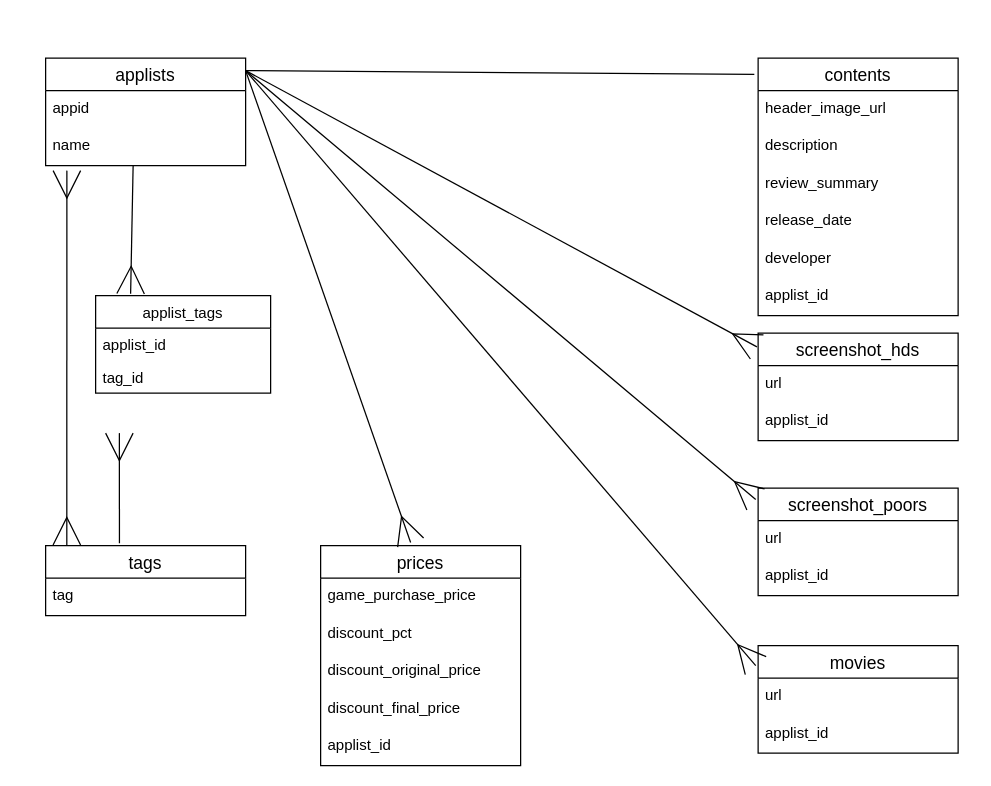
Before: steam-app.dio in kzk00001/steam-app, a draw.io diagram. Source tidied: cells renumbered, new cells numbered last; positions are measured from the earlier drawing's top-left corner, leaving out a move shared by most shapes. Both pictures are drawn from the tidied source at 125%, with x=0, y=0 at pixel (45, 58).
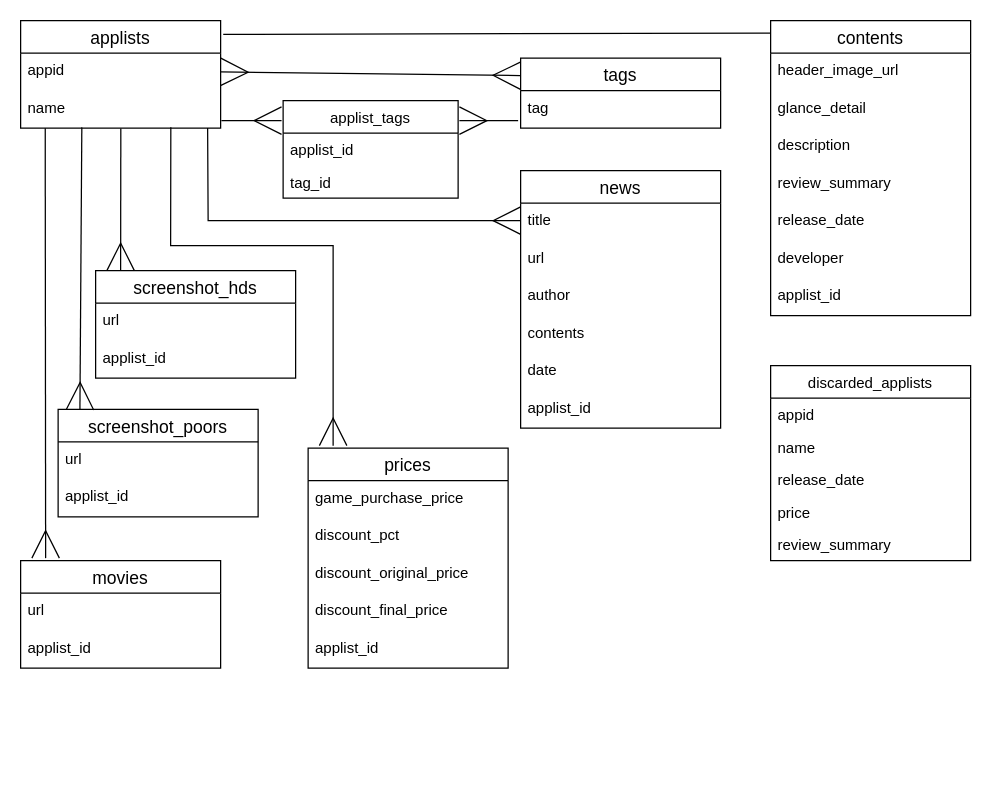
The same page after the edit.

Unchanged cells that the change refers to:
```xml
<mxCell id="4" value="name" style="text;strokeColor=none;fillColor=none;spacingLeft=4;spacingRight=4;overflow=hidden;points=[[0,0.5],[1,0.5]];portConstraint=eastwest;fontSize=12;" parent="2" vertex="1">
  <mxGeometry y="56" width="160" height="30" as="geometry" />
</mxCell>
```

Change to the diagram source:
```diff
@@
     <mxCell id="2" value="applists" style="swimlane;fontStyle=0;horizontal=1;startSize=26;align=center;fontSize=14;" parent="1" vertex="1">
-      <mxGeometry width="160" height="86" as="geometry" />
+      <mxGeometry x="-20" y="-30" width="160" height="86" as="geometry" />
     </mxCell>
@@
     <mxCell id="5" value="tags" style="swimlane;fontStyle=0;horizontal=1;startSize=26;align=center;fontSize=14;" parent="1" vertex="1">
-      <mxGeometry y="390" width="160" height="56" as="geometry" />
+      <mxGeometry x="380" width="160" height="56" as="geometry" />
     </mxCell>
@@
     <mxCell id="7" value="screenshot_hds" style="swimlane;fontStyle=0;horizontal=1;startSize=26;align=center;fontSize=14;" parent="1" vertex="1">
-      <mxGeometry x="570" y="220" width="160" height="86" as="geometry" />
+      <mxGeometry x="40" y="170" width="160" height="86" as="geometry" />
     </mxCell>
@@
     <mxCell id="10" value="screenshot_poors" style="swimlane;fontStyle=0;horizontal=1;startSize=26;align=center;fontSize=14;" parent="1" vertex="1">
-      <mxGeometry x="570" y="344" width="160" height="86" as="geometry" />
+      <mxGeometry x="10" y="281" width="160" height="86" as="geometry" />
     </mxCell>
@@
-    <mxCell id="13" style="endArrow=none;html=1;rounded=0;entryX=-0.019;entryY=0.063;entryDx=0;entryDy=0;entryPerimeter=0;" parent="1" edge="1" target="21">
-      <mxGeometry relative="1" as="geometry">
-        <mxPoint x="160" y="10" as="sourcePoint" />
-      </mxGeometry>
+    <mxCell id="13" style="endArrow=none;html=1;rounded=0;entryX=0;entryY=0.042;entryDx=0;entryDy=0;entryPerimeter=0;exitX=1.013;exitY=0.128;exitDx=0;exitDy=0;exitPerimeter=0;" parent="1" edge="1" source="2" target="21">
+      <mxGeometry relative="1" as="geometry" />
     </mxCell>
     <mxCell id="14" value="movies" style="swimlane;fontStyle=0;horizontal=1;startSize=26;align=center;fontSize=14;" parent="1" vertex="1">
-      <mxGeometry x="570" y="470" width="160" height="86" as="geometry" />
+      <mxGeometry x="-20" y="402" width="160" height="86" as="geometry" />
     </mxCell>
@@
-    <mxCell id="17" style="endArrow=ERmany;html=1;exitX=0.106;exitY=-0.009;exitDx=0;exitDy=0;endFill=0;endSize=20;startArrow=ERmany;startFill=0;targetPerimeterSpacing=0;startSize=20;exitPerimeter=0;" parent="1" edge="1" source="5">
+    <mxCell id="17" style="endArrow=ERmany;html=1;exitX=0;exitY=0.25;exitDx=0;exitDy=0;endFill=0;endSize=20;startArrow=ERmany;startFill=0;targetPerimeterSpacing=0;startSize=20;" parent="1" edge="1" source="5">
       <mxGeometry relative="1" as="geometry">
-        <mxPoint x="17" y="90" as="targetPoint" />
+        <mxPoint x="140" y="11" as="targetPoint" />
       </mxGeometry>
     </mxCell>
-    <mxCell id="18" style="endArrow=ERmany;html=1;rounded=0;entryX=-0.006;entryY=0.128;entryDx=0;entryDy=0;entryPerimeter=0;endFill=0;endSize=20;" parent="1" edge="1" target="7">
+    <mxCell id="18" style="endArrow=ERmany;html=1;rounded=0;endFill=0;endSize=20;exitX=0.501;exitY=1.007;exitDx=0;exitDy=0;exitPerimeter=0;" parent="1" edge="1" source="4">
       <mxGeometry relative="1" as="geometry">
-        <mxPoint x="160" y="10" as="sourcePoint" />
+        <mxPoint x="60" y="170" as="targetPoint" />
       </mxGeometry>
     </mxCell>
-    <mxCell id="19" style="endArrow=ERmany;html=1;rounded=0;entryX=-0.012;entryY=0.105;entryDx=0;entryDy=0;entryPerimeter=0;endFill=0;jumpSize=20;endSize=20;" parent="1" edge="1" target="10">
-      <mxGeometry relative="1" as="geometry">
-        <mxPoint x="160" y="10" as="sourcePoint" />
-      </mxGeometry>
+    <mxCell id="19" style="endArrow=ERmany;html=1;rounded=0;entryX=0.109;entryY=0.005;entryDx=0;entryDy=0;entryPerimeter=0;endFill=0;jumpSize=20;endSize=20;exitX=0.306;exitY=0.98;exitDx=0;exitDy=0;exitPerimeter=0;" parent="1" edge="1" source="4" target="10">
+      <mxGeometry relative="1" as="geometry" />
     </mxCell>
-    <mxCell id="20" style="endArrow=ERmany;html=1;rounded=0;entryX=-0.012;entryY=0.186;entryDx=0;entryDy=0;entryPerimeter=0;endFill=0;endSize=20;" parent="1" edge="1" target="14">
+    <mxCell id="20" style="endArrow=ERmany;html=1;rounded=0;endFill=0;endSize=20;exitX=0.123;exitY=1.006;exitDx=0;exitDy=0;exitPerimeter=0;" parent="1" edge="1" source="4">
       <mxGeometry relative="1" as="geometry">
-        <mxPoint x="160" y="10" as="sourcePoint" />
+        <mxPoint y="400" as="targetPoint" />
       </mxGeometry>
     </mxCell>
     <mxCell id="21" value="contents" style="swimlane;fontStyle=0;horizontal=1;startSize=26;align=center;fontSize=14;" parent="1" vertex="1">
-      <mxGeometry x="570" width="160" height="206" as="geometry" />
+      <mxGeometry x="580" y="-30" width="160" height="236" as="geometry" />
     </mxCell>
@@
-    <mxCell id="23" value="description" style="text;strokeColor=none;fillColor=none;spacingLeft=4;spacingRight=4;overflow=hidden;fontSize=12;" parent="21" vertex="1">
+    <mxCell id="23" value="glance_detail" style="text;strokeColor=none;fillColor=none;spacingLeft=4;spacingRight=4;overflow=hidden;fontSize=12;" parent="21" vertex="1">
       <mxGeometry y="56" width="160" height="30" as="geometry" />
     </mxCell>
-    <mxCell id="24" value="review_summary" style="text;strokeColor=none;fillColor=none;spacingLeft=4;spacingRight=4;overflow=hidden;fontSize=12;" parent="21" vertex="1">
+    <mxCell id="24" value="description" style="text;strokeColor=none;fillColor=none;spacingLeft=4;spacingRight=4;overflow=hidden;fontSize=12;" parent="21" vertex="1">
       <mxGeometry y="86" width="160" height="30" as="geometry" />
     </mxCell>
-    <mxCell id="25" value="release_date" style="text;strokeColor=none;fillColor=none;spacingLeft=4;spacingRight=4;overflow=hidden;fontSize=12;" parent="21" vertex="1">
+    <mxCell id="25" value="review_summary" style="text;strokeColor=none;fillColor=none;spacingLeft=4;spacingRight=4;overflow=hidden;fontSize=12;" parent="21" vertex="1">
       <mxGeometry y="116" width="160" height="30" as="geometry" />
     </mxCell>
-    <mxCell id="26" value="developer" style="text;strokeColor=none;fillColor=none;spacingLeft=4;spacingRight=4;overflow=hidden;fontSize=12;" parent="21" vertex="1">
+    <mxCell id="26" value="release_date" style="text;strokeColor=none;fillColor=none;spacingLeft=4;spacingRight=4;overflow=hidden;fontSize=12;" parent="21" vertex="1">
       <mxGeometry y="146" width="160" height="30" as="geometry" />
     </mxCell>
-    <mxCell id="27" value="applist_id" style="text;strokeColor=none;fillColor=none;spacingLeft=4;spacingRight=4;overflow=hidden;fontSize=12;" parent="21" vertex="1">
+    <mxCell id="27" value="developer" style="text;strokeColor=none;fillColor=none;spacingLeft=4;spacingRight=4;overflow=hidden;fontSize=12;" parent="21" vertex="1">
       <mxGeometry y="176" width="160" height="30" as="geometry" />
     </mxCell>
+    <mxCell id="40" value="applist_id" style="text;strokeColor=none;fillColor=none;spacingLeft=4;spacingRight=4;overflow=hidden;fontSize=12;" parent="21" vertex="1">
+      <mxGeometry y="206" width="160" height="30" as="geometry" />
+    </mxCell>
     <mxCell id="28" value="prices" style="swimlane;fontStyle=0;horizontal=1;startSize=26;align=center;fontSize=14;" parent="1" vertex="1">
-      <mxGeometry x="220" y="390" width="160" height="176" as="geometry" />
+      <mxGeometry x="210" y="312" width="160" height="176" as="geometry" />
     </mxCell>
@@
-    <mxCell id="34" style="endArrow=ERmany;html=1;rounded=0;entryX=0.45;entryY=-0.014;entryDx=0;entryDy=0;entryPerimeter=0;endFill=0;endSize=20;" parent="1" edge="1" target="28">
+    <mxCell id="34" style="endArrow=ERmany;html=1;rounded=0;endFill=0;endSize=20;exitX=0.751;exitY=0.978;exitDx=0;exitDy=0;exitPerimeter=0;" parent="1" edge="1" source="4">
       <mxGeometry relative="1" as="geometry">
-        <mxPoint x="160" y="10" as="sourcePoint" />
+        <mxPoint x="230" y="310" as="targetPoint" />
+        <Array as="points">
+          <mxPoint x="100" y="150" />
+          <mxPoint x="230" y="150" />
+        </Array>
       </mxGeometry>
     </mxCell>
     <mxCell id="35" value="applist_tags" style="swimlane;fontStyle=0;horizontal=1;startSize=26;" parent="1" vertex="1">
-      <mxGeometry x="40" y="190" width="140" height="78" as="geometry" />
+      <mxGeometry x="190" y="34" width="140" height="78" as="geometry" />
     </mxCell>
@@
-    <mxCell id="38" style="endArrow=ERmany;html=1;rounded=0;entryX=0.2;entryY=-0.019;entryDx=0;entryDy=0;entryPerimeter=0;endFill=0;jumpSize=20;endSize=20;" parent="1" edge="1" target="35">
-      <mxGeometry relative="1" as="geometry">
-        <mxPoint x="70" y="86" as="sourcePoint" />
-      </mxGeometry>
+    <mxCell id="38" style="endArrow=ERmany;html=1;rounded=0;endFill=0;jumpSize=20;endSize=20;exitX=1.004;exitY=0.8;exitDx=0;exitDy=0;entryX=-0.009;entryY=0.205;entryDx=0;entryDy=0;entryPerimeter=0;exitPerimeter=0;" parent="1" edge="1" source="4" target="35">
+      <mxGeometry relative="1" as="geometry" />
     </mxCell>
-    <mxCell id="39" style="endArrow=ERmany;html=1;rounded=0;endFill=0;jumpSize=20;endSize=20;exitX=0.369;exitY=-0.034;exitDx=0;exitDy=0;exitPerimeter=0;" parent="1" edge="1" source="5">
+    <mxCell id="39" style="endArrow=ERmany;html=1;rounded=0;endFill=0;jumpSize=20;endSize=20;" parent="1" edge="1">
       <mxGeometry relative="1" as="geometry">
-        <mxPoint x="59" y="300" as="targetPoint" />
+        <mxPoint x="378" y="50" as="sourcePoint" />
+        <mxPoint x="331" y="50" as="targetPoint" />
       </mxGeometry>
     </mxCell>
+    <mxCell id="41" value="discarded_applists" style="swimlane;fontStyle=0;horizontal=1;startSize=26;" parent="1" vertex="1">
+      <mxGeometry x="580" y="246" width="160" height="156" as="geometry" />
+    </mxCell>
+    <mxCell id="42" value="appid" style="text;strokeColor=none;fillColor=none;align=left;verticalAlign=top;spacingLeft=4;spacingRight=4;overflow=hidden;" parent="41" vertex="1">
+      <mxGeometry y="26" width="160" height="26" as="geometry" />
+    </mxCell>
+    <mxCell id="43" value="name" style="text;strokeColor=none;fillColor=none;align=left;verticalAlign=top;spacingLeft=4;spacingRight=4;overflow=hidden;" parent="41" vertex="1">
+      <mxGeometry y="52" width="160" height="26" as="geometry" />
+    </mxCell>
+    <mxCell id="44" value="release_date" style="text;strokeColor=none;fillColor=none;align=left;verticalAlign=top;spacingLeft=4;spacingRight=4;overflow=hidden;" parent="41" vertex="1">
+      <mxGeometry y="78" width="160" height="26" as="geometry" />
+    </mxCell>
+    <mxCell id="45" value="price" style="text;strokeColor=none;fillColor=none;align=left;verticalAlign=top;spacingLeft=4;spacingRight=4;overflow=hidden;" parent="41" vertex="1">
+      <mxGeometry y="104" width="160" height="26" as="geometry" />
+    </mxCell>
+    <mxCell id="46" value="review_summary" style="text;strokeColor=none;fillColor=none;align=left;verticalAlign=top;spacingLeft=4;spacingRight=4;overflow=hidden;" parent="41" vertex="1">
+      <mxGeometry y="130" width="160" height="26" as="geometry" />
+    </mxCell>
+    <mxCell id="47" value="news" style="swimlane;fontStyle=0;horizontal=1;startSize=26;align=center;fontSize=14;" parent="1" vertex="1">
+      <mxGeometry x="380" y="90" width="160" height="206" as="geometry" />
+    </mxCell>
+    <mxCell id="48" value="title" style="text;strokeColor=none;fillColor=none;spacingLeft=4;spacingRight=4;overflow=hidden;fontSize=12;" parent="47" vertex="1">
+      <mxGeometry y="26" width="160" height="30" as="geometry" />
+    </mxCell>
+    <mxCell id="49" value="url" style="text;strokeColor=none;fillColor=none;spacingLeft=4;spacingRight=4;overflow=hidden;fontSize=12;" parent="47" vertex="1">
+      <mxGeometry y="56" width="160" height="30" as="geometry" />
+    </mxCell>
+    <mxCell id="50" value="author" style="text;strokeColor=none;fillColor=none;spacingLeft=4;spacingRight=4;overflow=hidden;fontSize=12;" parent="47" vertex="1">
+      <mxGeometry y="86" width="160" height="30" as="geometry" />
+    </mxCell>
+    <mxCell id="51" value="contents" style="text;strokeColor=none;fillColor=none;spacingLeft=4;spacingRight=4;overflow=hidden;fontSize=12;" parent="47" vertex="1">
+      <mxGeometry y="116" width="160" height="30" as="geometry" />
+    </mxCell>
+    <mxCell id="52" value="date" style="text;strokeColor=none;fillColor=none;spacingLeft=4;spacingRight=4;overflow=hidden;fontSize=12;" parent="47" vertex="1">
+      <mxGeometry y="146" width="160" height="30" as="geometry" />
+    </mxCell>
+    <mxCell id="53" value="applist_id" style="text;strokeColor=none;fillColor=none;spacingLeft=4;spacingRight=4;overflow=hidden;fontSize=12;" parent="47" vertex="1">
+      <mxGeometry y="176" width="160" height="30" as="geometry" />
+    </mxCell>
+    <mxCell id="54" style="endArrow=ERmany;html=1;rounded=0;endFill=0;endSize=20;exitX=0.935;exitY=0.996;exitDx=0;exitDy=0;exitPerimeter=0;" parent="1" edge="1" source="4">
+      <mxGeometry relative="1" as="geometry">
+        <mxPoint x="380" y="130" as="targetPoint" />
+        <Array as="points">
+          <mxPoint x="130" y="130" />
+        </Array>
+      </mxGeometry>
+    </mxCell>
```
